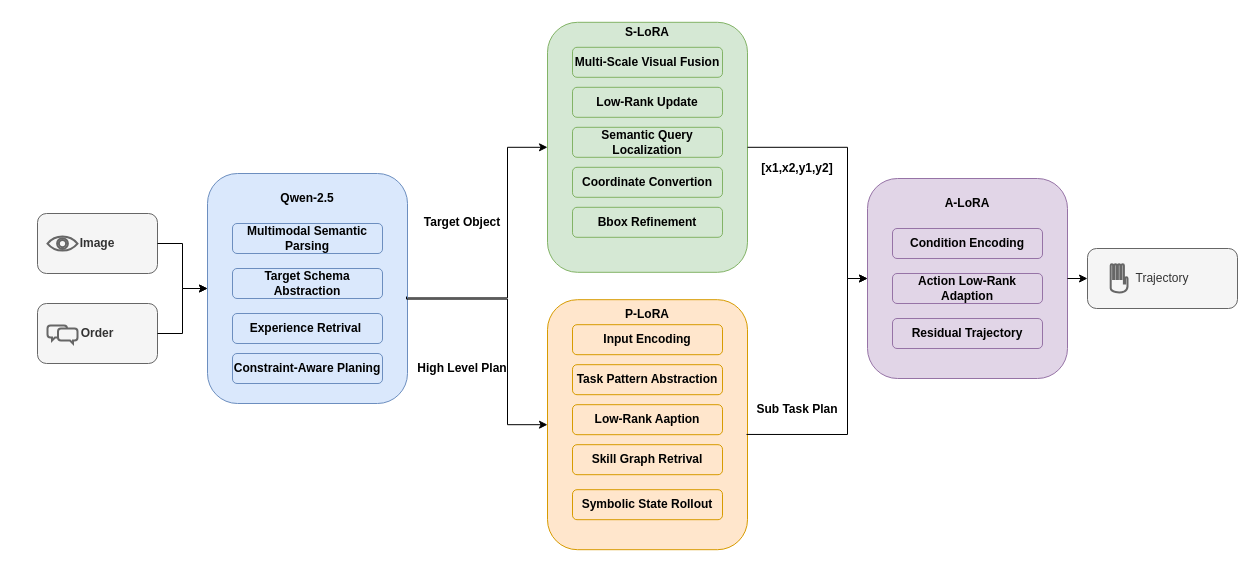
Above: 模型框架图.drawio in davidclose322/davidclose (draw.io), before the change. Source tidied: cells renumbered, new cells numbered last; positions are measured from the earlier drawing's top-left corner, leaving out a move shared by most shapes. Both pictures are drawn from the tidied source at 100%, with x=0, y=0 at pixel (37, 17).
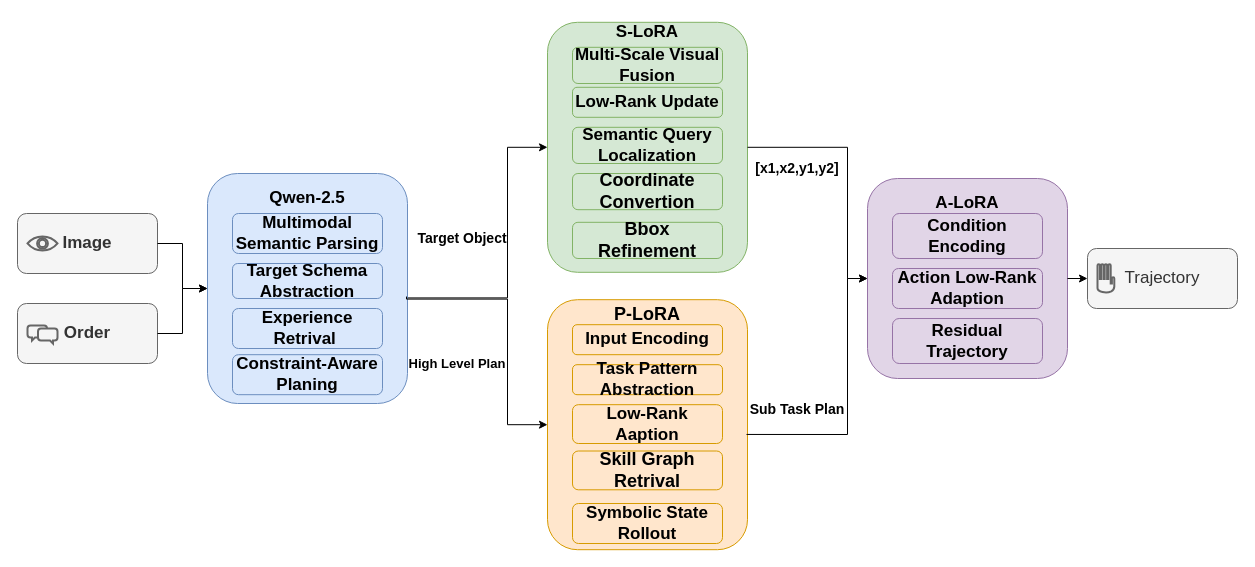
After the change.

Commit message:
更新模型框架图.drawio

What changed in the source:
```diff
@@
-    <mxCell id="3" value="&lt;b&gt;Multimodal Semantic Parsing&lt;/b&gt;" style="rounded=1;whiteSpace=wrap;html=1;fillColor=#dae8fc;strokeColor=#6c8ebf;" parent="1" vertex="1">
-      <mxGeometry x="195" y="206" width="150" height="30" as="geometry" />
+    <mxCell id="3" value="&lt;b&gt;&lt;font style=&quot;font-size: 17px;&quot;&gt;Multimodal Semantic Parsing&lt;/font&gt;&lt;/b&gt;" style="rounded=1;whiteSpace=wrap;html=1;fillColor=#dae8fc;strokeColor=#6c8ebf;" parent="1" vertex="1">
+      <mxGeometry x="195" y="196" width="150" height="40" as="geometry" />
     </mxCell>
-    <mxCell id="4" value="&lt;b&gt;Target Schema Abstraction&lt;/b&gt;" style="rounded=1;whiteSpace=wrap;html=1;fillColor=#dae8fc;strokeColor=#6c8ebf;" parent="1" vertex="1">
-      <mxGeometry x="195" y="251" width="150" height="30" as="geometry" />
+    <mxCell id="4" value="&lt;b&gt;&lt;font style=&quot;font-size: 17px;&quot;&gt;Target Schema Abstraction&lt;/font&gt;&lt;/b&gt;" style="rounded=1;whiteSpace=wrap;html=1;fillColor=#dae8fc;strokeColor=#6c8ebf;" parent="1" vertex="1">
+      <mxGeometry x="195" y="246" width="150" height="35" as="geometry" />
     </mxCell>
-    <mxCell id="5" value="&lt;b&gt;Experience Retrival&amp;nbsp;&lt;/b&gt;" style="rounded=1;whiteSpace=wrap;html=1;fillColor=#dae8fc;strokeColor=#6c8ebf;" parent="1" vertex="1">
-      <mxGeometry x="195" y="296" width="150" height="30" as="geometry" />
+    <mxCell id="5" value="&lt;b&gt;&lt;font style=&quot;font-size: 17px;&quot;&gt;Experience Retrival&amp;nbsp;&lt;/font&gt;&lt;/b&gt;" style="rounded=1;whiteSpace=wrap;html=1;fillColor=#dae8fc;strokeColor=#6c8ebf;" parent="1" vertex="1">
+      <mxGeometry x="195" y="291" width="150" height="40" as="geometry" />
     </mxCell>
-    <mxCell id="6" value="&lt;b&gt;Constraint-Aware Planing&lt;/b&gt;" style="rounded=1;whiteSpace=wrap;html=1;fillColor=#dae8fc;strokeColor=#6c8ebf;" parent="1" vertex="1">
-      <mxGeometry x="195" y="336" width="150" height="30" as="geometry" />
+    <mxCell id="6" value="&lt;b&gt;&lt;font style=&quot;font-size: 17px;&quot;&gt;Constraint-Aware Planing&lt;/font&gt;&lt;/b&gt;" style="rounded=1;whiteSpace=wrap;html=1;fillColor=#dae8fc;strokeColor=#6c8ebf;" parent="1" vertex="1">
+      <mxGeometry x="195" y="337.2" width="150" height="40" as="geometry" />
     </mxCell>
@@
-    <mxCell id="8" value="&lt;b&gt;Input Encoding&lt;/b&gt;" style="rounded=1;whiteSpace=wrap;html=1;fillColor=#ffe6cc;strokeColor=#d79b00;" parent="1" vertex="1">
+    <mxCell id="8" value="&lt;b&gt;&lt;font style=&quot;font-size: 17px;&quot;&gt;Input Encoding&lt;/font&gt;&lt;/b&gt;" style="rounded=1;whiteSpace=wrap;html=1;fillColor=#ffe6cc;strokeColor=#d79b00;" parent="1" vertex="1">
       <mxGeometry x="535" y="307.2" width="150" height="30" as="geometry" />
     </mxCell>
-    <mxCell id="9" value="&lt;b&gt;Task Pattern Abstraction&lt;/b&gt;" style="rounded=1;whiteSpace=wrap;html=1;fillColor=#ffe6cc;strokeColor=#d79b00;" parent="1" vertex="1">
+    <mxCell id="9" value="&lt;b&gt;&lt;font style=&quot;font-size: 17px;&quot;&gt;Task Pattern Abstraction&lt;/font&gt;&lt;/b&gt;" style="rounded=1;whiteSpace=wrap;html=1;fillColor=#ffe6cc;strokeColor=#d79b00;" parent="1" vertex="1">
       <mxGeometry x="535" y="347.2" width="150" height="30" as="geometry" />
     </mxCell>
-    <mxCell id="10" value="&lt;b&gt;Low-Rank Aaption&lt;/b&gt;" style="rounded=1;whiteSpace=wrap;html=1;fillColor=#ffe6cc;strokeColor=#d79b00;" parent="1" vertex="1">
-      <mxGeometry x="535" y="387.2" width="150" height="30" as="geometry" />
+    <mxCell id="10" value="&lt;b&gt;&lt;font style=&quot;font-size: 17px;&quot;&gt;Low-Rank Aaption&lt;/font&gt;&lt;/b&gt;" style="rounded=1;whiteSpace=wrap;html=1;fillColor=#ffe6cc;strokeColor=#d79b00;" parent="1" vertex="1">
+      <mxGeometry x="535" y="387.2" width="150" height="38.8" as="geometry" />
     </mxCell>
-    <mxCell id="11" value="&lt;b&gt;Skill Graph Retrival&lt;/b&gt;" style="rounded=1;whiteSpace=wrap;html=1;fillColor=#ffe6cc;strokeColor=#d79b00;" parent="1" vertex="1">
-      <mxGeometry x="535" y="427.2" width="150" height="30" as="geometry" />
+    <mxCell id="11" value="&lt;b&gt;&lt;font style=&quot;font-size: 18px;&quot;&gt;Skill Graph Retrival&lt;/font&gt;&lt;/b&gt;" style="rounded=1;whiteSpace=wrap;html=1;fillColor=#ffe6cc;strokeColor=#d79b00;" parent="1" vertex="1">
+      <mxGeometry x="535" y="433.5" width="150" height="38.8" as="geometry" />
     </mxCell>
@@
-    <mxCell id="13" value="&lt;b&gt;Multi-Scale Visual Fusion&lt;/b&gt;" style="rounded=1;whiteSpace=wrap;html=1;fillColor=#d5e8d4;strokeColor=#82b366;" parent="1" vertex="1">
-      <mxGeometry x="535" y="29.8" width="150" height="30" as="geometry" />
+    <mxCell id="13" value="&lt;b&gt;&lt;font style=&quot;font-size: 17px;&quot;&gt;Multi-Scale Visual Fusion&lt;/font&gt;&lt;/b&gt;" style="rounded=1;whiteSpace=wrap;html=1;fillColor=#d5e8d4;strokeColor=#82b366;" parent="1" vertex="1">
+      <mxGeometry x="535" y="29.8" width="150" height="36.2" as="geometry" />
     </mxCell>
-    <mxCell id="14" value="&lt;b&gt;Low-Rank Update&lt;/b&gt;" style="rounded=1;whiteSpace=wrap;html=1;fillColor=#d5e8d4;strokeColor=#82b366;" parent="1" vertex="1">
+    <mxCell id="14" value="&lt;b&gt;&lt;font style=&quot;font-size: 17px;&quot;&gt;Low-Rank Update&lt;/font&gt;&lt;/b&gt;" style="rounded=1;whiteSpace=wrap;html=1;fillColor=#d5e8d4;strokeColor=#82b366;" parent="1" vertex="1">
       <mxGeometry x="535" y="69.8" width="150" height="30" as="geometry" />
     </mxCell>
-    <mxCell id="15" value="&lt;b&gt;Semantic Query Localization&lt;/b&gt;" style="rounded=1;whiteSpace=wrap;html=1;fillColor=#d5e8d4;strokeColor=#82b366;" parent="1" vertex="1">
-      <mxGeometry x="535" y="109.8" width="150" height="30" as="geometry" />
+    <mxCell id="15" value="&lt;b&gt;&lt;font style=&quot;font-size: 17px;&quot;&gt;Semantic Query Localization&lt;/font&gt;&lt;/b&gt;" style="rounded=1;whiteSpace=wrap;html=1;fillColor=#d5e8d4;strokeColor=#82b366;" parent="1" vertex="1">
+      <mxGeometry x="535" y="109.8" width="150" height="36.2" as="geometry" />
     </mxCell>
-    <mxCell id="16" value="&lt;b&gt;Coordinate Convertion&lt;/b&gt;" style="rounded=1;whiteSpace=wrap;html=1;fillColor=#d5e8d4;strokeColor=#82b366;" parent="1" vertex="1">
-      <mxGeometry x="535" y="149.8" width="150" height="30" as="geometry" />
+    <mxCell id="16" value="&lt;b&gt;&lt;font style=&quot;font-size: 18px;&quot;&gt;Coordinate Convertion&lt;/font&gt;&lt;/b&gt;" style="rounded=1;whiteSpace=wrap;html=1;fillColor=#d5e8d4;strokeColor=#82b366;" parent="1" vertex="1">
+      <mxGeometry x="535" y="156" width="150" height="36.2" as="geometry" />
     </mxCell>
@@
-    <mxCell id="18" value="&lt;b&gt;Condition Encoding&lt;/b&gt;" style="rounded=1;whiteSpace=wrap;html=1;fillColor=#e1d5e7;strokeColor=#9673a6;" parent="1" vertex="1">
-      <mxGeometry x="855" y="211" width="150" height="30" as="geometry" />
+    <mxCell id="18" value="&lt;b&gt;&lt;font style=&quot;font-size: 17px;&quot;&gt;Condition Encoding&lt;/font&gt;&lt;/b&gt;" style="rounded=1;whiteSpace=wrap;html=1;fillColor=#e1d5e7;strokeColor=#9673a6;" parent="1" vertex="1">
+      <mxGeometry x="855" y="196" width="150" height="45" as="geometry" />
     </mxCell>
-    <mxCell id="19" value="&lt;b&gt;Action Low-Rank Adaption&lt;/b&gt;" style="rounded=1;whiteSpace=wrap;html=1;fillColor=#e1d5e7;strokeColor=#9673a6;" parent="1" vertex="1">
-      <mxGeometry x="855" y="256" width="150" height="30" as="geometry" />
+    <mxCell id="19" value="&lt;b&gt;&lt;font style=&quot;font-size: 17px;&quot;&gt;Action Low-Rank Adaption&lt;/font&gt;&lt;/b&gt;" style="rounded=1;whiteSpace=wrap;html=1;fillColor=#e1d5e7;strokeColor=#9673a6;" parent="1" vertex="1">
+      <mxGeometry x="855" y="251" width="150" height="40" as="geometry" />
     </mxCell>
-    <mxCell id="20" value="&lt;b&gt;Residual Trajectory&lt;/b&gt;" style="rounded=1;whiteSpace=wrap;html=1;fillColor=#e1d5e7;strokeColor=#9673a6;" parent="1" vertex="1">
-      <mxGeometry x="855" y="301" width="150" height="30" as="geometry" />
+    <mxCell id="20" value="&lt;b&gt;&lt;font style=&quot;font-size: 17px;&quot;&gt;Residual Trajectory&lt;/font&gt;&lt;/b&gt;" style="rounded=1;whiteSpace=wrap;html=1;fillColor=#e1d5e7;strokeColor=#9673a6;" parent="1" vertex="1">
+      <mxGeometry x="855" y="301" width="150" height="45" as="geometry" />
     </mxCell>
-    <mxCell id="21" value="&lt;b&gt;Bbox Refinement&lt;/b&gt;" style="rounded=1;whiteSpace=wrap;html=1;fillColor=#d5e8d4;strokeColor=#82b366;" parent="1" vertex="1">
-      <mxGeometry x="535" y="189.8" width="150" height="30" as="geometry" />
+    <mxCell id="21" value="&lt;b&gt;&lt;font style=&quot;font-size: 18px;&quot;&gt;Bbox Refinement&lt;/font&gt;&lt;/b&gt;" style="rounded=1;whiteSpace=wrap;html=1;fillColor=#d5e8d4;strokeColor=#82b366;" parent="1" vertex="1">
+      <mxGeometry x="535" y="204.8" width="150" height="36.2" as="geometry" />
     </mxCell>
-    <mxCell id="22" value="&lt;b&gt;Symbolic State Rollout&lt;/b&gt;" style="rounded=1;whiteSpace=wrap;html=1;fillColor=#ffe6cc;strokeColor=#d79b00;" parent="1" vertex="1">
-      <mxGeometry x="535" y="472.2" width="150" height="30" as="geometry" />
+    <mxCell id="22" value="&lt;b&gt;&lt;font style=&quot;font-size: 17px;&quot;&gt;Symbolic State Rollout&lt;/font&gt;&lt;/b&gt;" style="rounded=1;whiteSpace=wrap;html=1;fillColor=#ffe6cc;strokeColor=#d79b00;" parent="1" vertex="1">
+      <mxGeometry x="535" y="486" width="150" height="40" as="geometry" />
     </mxCell>
-    <mxCell id="23" value="&lt;b&gt;Image&lt;/b&gt;" style="rounded=1;whiteSpace=wrap;html=1;fillColor=#f5f5f5;fontColor=#333333;strokeColor=#666666;" parent="1" vertex="1">
-      <mxGeometry y="196" width="120" height="60" as="geometry" />
+    <mxCell id="23" value="&lt;b&gt;&lt;font style=&quot;font-size: 17px;&quot;&gt;Image&lt;/font&gt;&lt;/b&gt;" style="rounded=1;whiteSpace=wrap;html=1;fillColor=#f5f5f5;fontColor=#333333;strokeColor=#666666;" parent="1" vertex="1">
+      <mxGeometry x="-20" y="196" width="140" height="60" as="geometry" />
     </mxCell>
-    <mxCell id="24" value="&lt;b&gt;Order&lt;/b&gt;" style="rounded=1;whiteSpace=wrap;html=1;fillColor=#f5f5f5;fontColor=#333333;strokeColor=#666666;" parent="1" vertex="1">
-      <mxGeometry y="286" width="120" height="60" as="geometry" />
+    <mxCell id="24" value="&lt;b&gt;&lt;font style=&quot;font-size: 17px;&quot;&gt;Order&lt;/font&gt;&lt;/b&gt;" style="rounded=1;whiteSpace=wrap;html=1;fillColor=#f5f5f5;fontColor=#333333;strokeColor=#666666;" parent="1" vertex="1">
+      <mxGeometry x="-20" y="286" width="140" height="60" as="geometry" />
     </mxCell>
@@
-    <mxCell id="27" value="&lt;b&gt;Qwen-2.5&lt;/b&gt;" style="text;html=1;whiteSpace=wrap;strokeColor=none;fillColor=none;align=center;verticalAlign=middle;rounded=0;" parent="1" vertex="1">
-      <mxGeometry x="230" y="166" width="80" height="30" as="geometry" />
+    <mxCell id="27" value="&lt;b&gt;&lt;font style=&quot;font-size: 17px;&quot;&gt;Qwen-2.5&lt;/font&gt;&lt;/b&gt;" style="text;html=1;whiteSpace=wrap;strokeColor=none;fillColor=none;align=center;verticalAlign=middle;rounded=0;" parent="1" vertex="1">
+      <mxGeometry x="220" y="166" width="100" height="30" as="geometry" />
     </mxCell>
-    <mxCell id="28" value="&lt;b&gt;S-LoRA&lt;/b&gt;" style="text;html=1;whiteSpace=wrap;strokeColor=none;fillColor=none;align=center;verticalAlign=middle;rounded=0;" parent="1" vertex="1">
-      <mxGeometry x="575" y="-0.2" width="70" height="30" as="geometry" />
+    <mxCell id="28" value="&lt;b&gt;&lt;font style=&quot;font-size: 17px;&quot;&gt;S-LoRA&lt;/font&gt;&lt;/b&gt;" style="text;html=1;whiteSpace=wrap;strokeColor=none;fillColor=none;align=center;verticalAlign=middle;rounded=0;" parent="1" vertex="1">
+      <mxGeometry x="565" y="-0.2" width="90" height="30" as="geometry" />
     </mxCell>
-    <mxCell id="29" value="&lt;b&gt;P-LoRA&lt;/b&gt;" style="text;html=1;whiteSpace=wrap;strokeColor=none;fillColor=none;align=center;verticalAlign=middle;rounded=0;" parent="1" vertex="1">
-      <mxGeometry x="575" y="282.2" width="70" height="30" as="geometry" />
+    <mxCell id="29" value="&lt;b&gt;&lt;font style=&quot;font-size: 18px;&quot;&gt;P-LoRA&lt;/font&gt;&lt;/b&gt;" style="text;html=1;whiteSpace=wrap;strokeColor=none;fillColor=none;align=center;verticalAlign=middle;rounded=0;" parent="1" vertex="1">
+      <mxGeometry x="565" y="277.2" width="90" height="40" as="geometry" />
     </mxCell>
-    <mxCell id="30" value="&lt;b&gt;A-LoRA&lt;/b&gt;" style="text;html=1;whiteSpace=wrap;strokeColor=none;fillColor=none;align=center;verticalAlign=middle;rounded=0;" parent="1" vertex="1">
-      <mxGeometry x="895" y="171" width="70" height="30" as="geometry" />
+    <mxCell id="30" value="&lt;b&gt;&lt;font style=&quot;font-size: 17px;&quot;&gt;A-LoRA&lt;/font&gt;&lt;/b&gt;" style="text;html=1;whiteSpace=wrap;strokeColor=none;fillColor=none;align=center;verticalAlign=middle;rounded=0;" parent="1" vertex="1">
+      <mxGeometry x="885" y="171" width="90" height="30" as="geometry" />
     </mxCell>
-    <mxCell id="31" value="&lt;b&gt;Target Object&lt;/b&gt;" style="text;html=1;whiteSpace=wrap;strokeColor=none;fillColor=none;align=center;verticalAlign=middle;rounded=0;" parent="1" vertex="1">
-      <mxGeometry x="375" y="189.8" width="100" height="30" as="geometry" />
+    <mxCell id="31" value="&lt;b&gt;&lt;font style=&quot;font-size: 14px;&quot;&gt;Target Object&lt;/font&gt;&lt;/b&gt;" style="text;html=1;whiteSpace=wrap;strokeColor=none;fillColor=none;align=center;verticalAlign=middle;rounded=0;" parent="1" vertex="1">
+      <mxGeometry x="370" y="206" width="110" height="30" as="geometry" />
     </mxCell>
-    <mxCell id="32" value="&lt;b&gt;High Level Plan&lt;/b&gt;" style="text;html=1;whiteSpace=wrap;strokeColor=none;fillColor=none;align=center;verticalAlign=middle;rounded=0;" parent="1" vertex="1">
-      <mxGeometry x="370" y="336" width="110" height="30" as="geometry" />
+    <mxCell id="32" value="&lt;b&gt;&lt;font style=&quot;font-size: 13px;&quot;&gt;High Level Plan&lt;/font&gt;&lt;/b&gt;" style="text;html=1;whiteSpace=wrap;strokeColor=none;fillColor=none;align=center;verticalAlign=middle;rounded=0;" parent="1" vertex="1">
+      <mxGeometry x="360" y="331" width="120" height="30" as="geometry" />
     </mxCell>
-    <mxCell id="33" value="&lt;b&gt;[x1,x2,y1,y2]&lt;/b&gt;" style="text;html=1;whiteSpace=wrap;strokeColor=none;fillColor=none;align=center;verticalAlign=middle;rounded=0;" parent="1" vertex="1">
-      <mxGeometry x="715" y="136" width="90" height="30" as="geometry" />
+    <mxCell id="33" value="&lt;b&gt;&lt;font style=&quot;font-size: 14px;&quot;&gt;[x1,x2,y1,y2]&lt;/font&gt;&lt;/b&gt;" style="text;html=1;whiteSpace=wrap;strokeColor=none;fillColor=none;align=center;verticalAlign=middle;rounded=0;" parent="1" vertex="1">
+      <mxGeometry x="705" y="136" width="110" height="30" as="geometry" />
     </mxCell>
-    <mxCell id="34" value="&lt;b&gt;Sub Task Plan&lt;/b&gt;" style="text;html=1;whiteSpace=wrap;strokeColor=none;fillColor=none;align=center;verticalAlign=middle;rounded=0;" parent="1" vertex="1">
-      <mxGeometry x="710" y="377.2" width="100" height="30" as="geometry" />
+    <mxCell id="34" value="&lt;b&gt;&lt;font style=&quot;font-size: 14px;&quot;&gt;Sub Task Plan&lt;/font&gt;&lt;/b&gt;" style="text;html=1;whiteSpace=wrap;strokeColor=none;fillColor=none;align=center;verticalAlign=middle;rounded=0;" parent="1" vertex="1">
+      <mxGeometry x="700" y="377.2" width="120" height="30" as="geometry" />
     </mxCell>
-    <mxCell id="35" value="Trajectory" style="rounded=1;whiteSpace=wrap;html=1;fillColor=#f5f5f5;fontColor=#333333;strokeColor=#666666;" parent="1" vertex="1">
+    <mxCell id="35" value="&lt;font style=&quot;font-size: 17px;&quot;&gt;Trajectory&lt;/font&gt;" style="rounded=1;whiteSpace=wrap;html=1;fillColor=#f5f5f5;fontColor=#333333;strokeColor=#666666;" parent="1" vertex="1">
       <mxGeometry x="1050" y="231" width="150" height="60" as="geometry" />
     </mxCell>
     <mxCell id="36" style="html=1;verticalLabelPosition=bottom;align=center;labelBackgroundColor=#ffffff;verticalAlign=top;strokeWidth=2;strokeColor=#666666;shadow=0;dashed=0;shape=mxgraph.ios7.icons.privacy;fillColor=#f5f5f5;fontColor=#333333;" parent="1" vertex="1">
-      <mxGeometry x="1073.2" y="246.8" width="16.8" height="28.5" as="geometry" />
+      <mxGeometry x="1060" y="246.8" width="16.8" height="28.5" as="geometry" />
     </mxCell>
     <mxCell id="37" style="html=1;verticalLabelPosition=bottom;align=center;labelBackgroundColor=#ffffff;verticalAlign=top;strokeWidth=2;strokeColor=#666666;shadow=0;dashed=0;shape=mxgraph.ios7.icons.chat;fillColor=#f5f5f5;fontColor=#333333;" parent="1" vertex="1">
-      <mxGeometry x="10" y="308" width="30" height="18" as="geometry" />
+      <mxGeometry x="-10" y="308" width="30" height="18" as="geometry" />
     </mxCell>
     <mxCell id="38" style="html=1;verticalLabelPosition=bottom;align=center;labelBackgroundColor=#ffffff;verticalAlign=top;strokeWidth=2;strokeColor=#666666;shadow=0;dashed=0;shape=mxgraph.ios7.icons.eye;fillColor=#f5f5f5;fontColor=#333333;" parent="1" vertex="1">
-      <mxGeometry x="10" y="219" width="30" height="14.1" as="geometry" />
+      <mxGeometry x="-10" y="218.9" width="30" height="14.1" as="geometry" />
     </mxCell>
```
